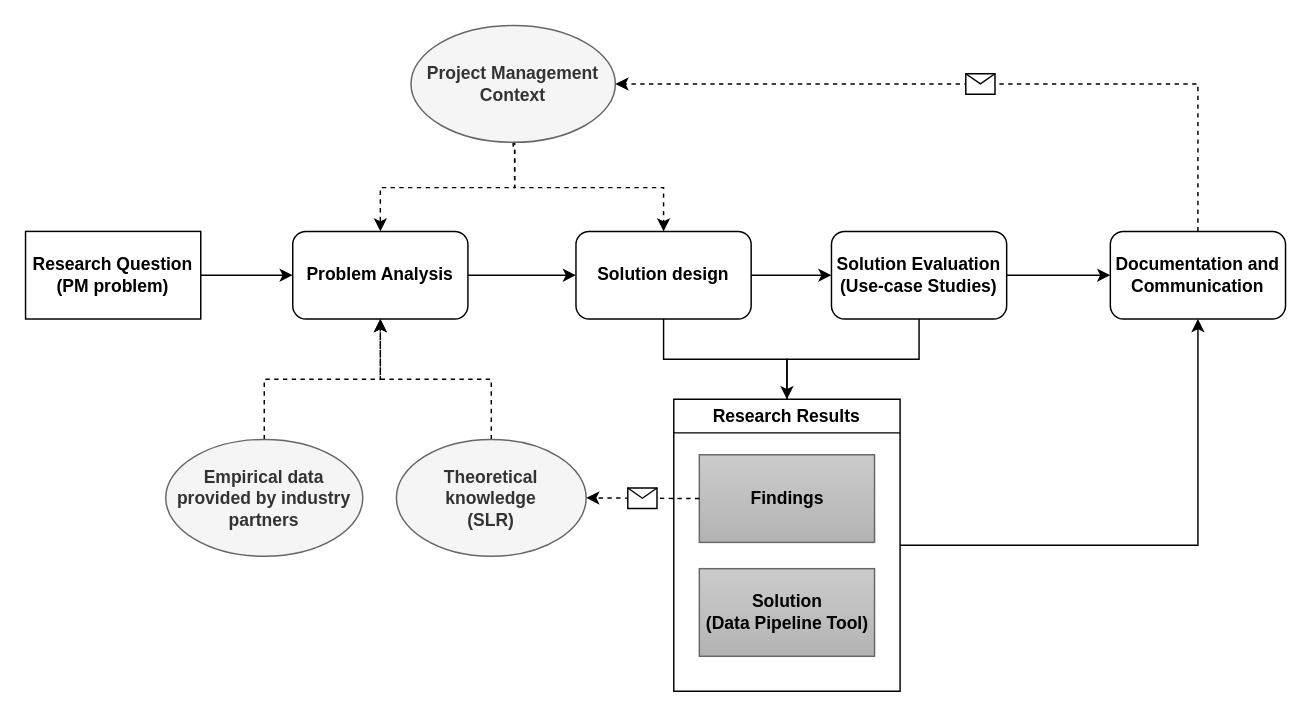
The draw.io diagram framework for development ....drawio in datou7119/Figures, before the edit. Source tidied: cells renumbered, new cells numbered last; positions are measured from the earlier drawing's top-left corner, leaving out a move shared by most shapes. Both pictures are drawn from the tidied source at 146%, with x=0, y=0 at pixel (25, 25).
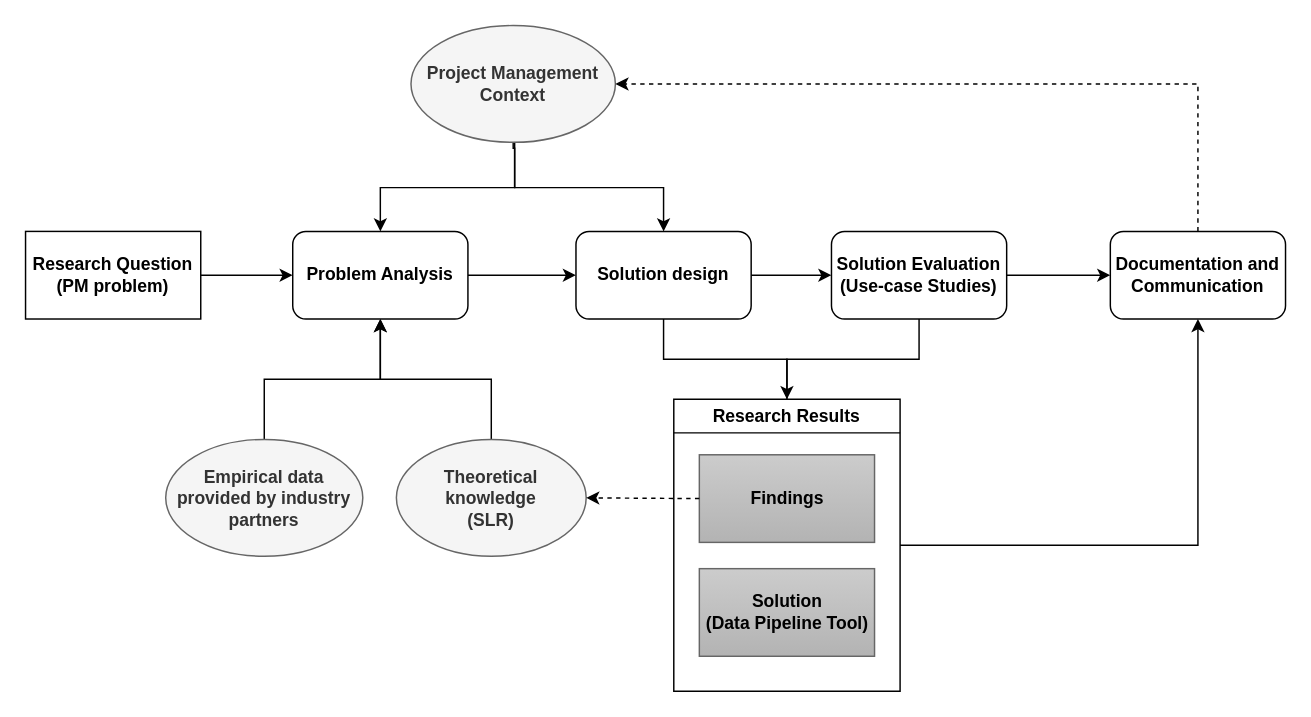
After the change.

Unchanged cells that the change refers to:
```xml
<mxCell id="5" value="Problem Analysis" style="rounded=1;whiteSpace=wrap;html=1;fontStyle=1;" parent="1" vertex="1">
  <mxGeometry x="183" y="141" width="120" height="60" as="geometry" />
</mxCell>
<mxCell id="10" value="Theoretical knowledge&lt;div&gt;(SLR)&lt;/div&gt;" style="ellipse;whiteSpace=wrap;html=1;fillColor=#f5f5f5;fontColor=#333333;strokeColor=#666666;fontStyle=1;" parent="1" vertex="1">
  <mxGeometry x="254" y="283.5" width="130" height="80" as="geometry" />
</mxCell>
<mxCell id="17" value="Project Management Context" style="ellipse;whiteSpace=wrap;html=1;fillColor=#f5f5f5;fontColor=#333333;strokeColor=#666666;fontStyle=1;" parent="1" vertex="1">
  <mxGeometry x="264" width="140" height="80" as="geometry" />
</mxCell>
<mxCell id="19" value="Solution design" style="rounded=1;whiteSpace=wrap;html=1;fontStyle=1;" parent="1" vertex="1">
  <mxGeometry x="377" y="141" width="120" height="60" as="geometry" />
</mxCell>
<mxCell id="21" value="&lt;span style=&quot;color: rgb(51, 51, 51);&quot;&gt;Empirical data provided by industry partners&lt;/span&gt;" style="ellipse;whiteSpace=wrap;html=1;fillColor=#f5f5f5;fontColor=#333333;strokeColor=#666666;fontStyle=1;" parent="1" vertex="1">
  <mxGeometry x="96" y="283.5" width="135" height="80" as="geometry" />
</mxCell>
<mxCell id="24" style="endArrow=classic;html=1;rounded=0;exitX=0;exitY=0.5;exitDx=0;exitDy=0;entryX=1;entryY=0.5;entryDx=0;entryDy=0;dashed=1;" parent="1" edge="1" source="13" target="10">
  <mxGeometry relative="1" as="geometry" />
</mxCell>
<mxCell id="26" style="endArrow=classic;html=1;rounded=0;exitX=0.5;exitY=0;exitDx=0;exitDy=0;entryX=1;entryY=0.5;entryDx=0;entryDy=0;edgeStyle=orthogonalEdgeStyle;dashed=1;" parent="1" edge="1" source="8" target="17">
  <mxGeometry relative="1" as="geometry" />
</mxCell>
```

What changed in the source:
```diff
@@
-    <mxCell id="9" style="edgeStyle=orthogonalEdgeStyle;rounded=0;jettySize=auto;html=1;dashed=1;" parent="1" edge="1" source="10" target="5">
+    <mxCell id="9" style="edgeStyle=orthogonalEdgeStyle;rounded=0;jettySize=auto;html=1;" parent="1" edge="1" source="10" target="5">
       <mxGeometry relative="1" as="geometry" />
     </mxCell>
@@
-    <mxCell id="15" style="edgeStyle=orthogonalEdgeStyle;rounded=0;jettySize=auto;html=1;exitX=0.5;exitY=1;exitDx=0;exitDy=0;dashed=1;entryX=0.5;entryY=0;entryDx=0;entryDy=0;" parent="1" edge="1" source="17" target="5">
+    <mxCell id="15" style="edgeStyle=orthogonalEdgeStyle;rounded=0;jettySize=auto;html=1;exitX=0.5;exitY=1;exitDx=0;exitDy=0;entryX=0.5;entryY=0;entryDx=0;entryDy=0;" parent="1" edge="1" source="17" target="5">
       <mxGeometry relative="1" as="geometry">
         <Array as="points">
           <mxPoint x="335" y="111" />
           <mxPoint x="243" y="111" />
         </Array>
       </mxGeometry>
     </mxCell>
-    <mxCell id="16" style="edgeStyle=orthogonalEdgeStyle;rounded=0;jettySize=auto;html=1;dashed=1;entryX=0.5;entryY=0;entryDx=0;entryDy=0;exitX=0.5;exitY=1;exitDx=0;exitDy=0;" parent="1" edge="1" source="17" target="19">
+    <mxCell id="16" style="edgeStyle=orthogonalEdgeStyle;rounded=0;jettySize=auto;html=1;entryX=0.5;entryY=0;entryDx=0;entryDy=0;exitX=0.5;exitY=1;exitDx=0;exitDy=0;" parent="1" edge="1" source="17" target="19">
       <mxGeometry relative="1" as="geometry">
         <Array as="points">
           <mxPoint x="335" y="84" />
           <mxPoint x="335" y="111" />
           <mxPoint x="437" y="111" />
         </Array>
       </mxGeometry>
     </mxCell>
@@
-    <mxCell id="20" style="edgeStyle=orthogonalEdgeStyle;rounded=0;jettySize=auto;html=1;entryX=0.5;entryY=1;entryDx=0;entryDy=0;exitX=0.5;exitY=0;exitDx=0;exitDy=0;dashed=1;" parent="1" edge="1" source="21" target="5">
+    <mxCell id="20" style="edgeStyle=orthogonalEdgeStyle;rounded=0;jettySize=auto;html=1;entryX=0.5;entryY=1;entryDx=0;entryDy=0;exitX=0.5;exitY=0;exitDx=0;exitDy=0;" parent="1" edge="1" source="21" target="5">
       <mxGeometry relative="1" as="geometry" />
     </mxCell>
@@
-    <mxCell id="25" style="shape=message;html=1;" parent="24" vertex="1">
-      <mxGeometry width="20" height="14" relative="1" as="geometry">
-        <mxPoint x="-10" y="-7" as="offset" />
-      </mxGeometry>
-    </mxCell>
@@
-    <mxCell id="27" style="shape=message;html=1;" parent="26" vertex="1">
-      <mxGeometry width="20" height="14" relative="1" as="geometry">
-        <mxPoint x="-10" y="-7" as="offset" />
-      </mxGeometry>
-    </mxCell>
```
